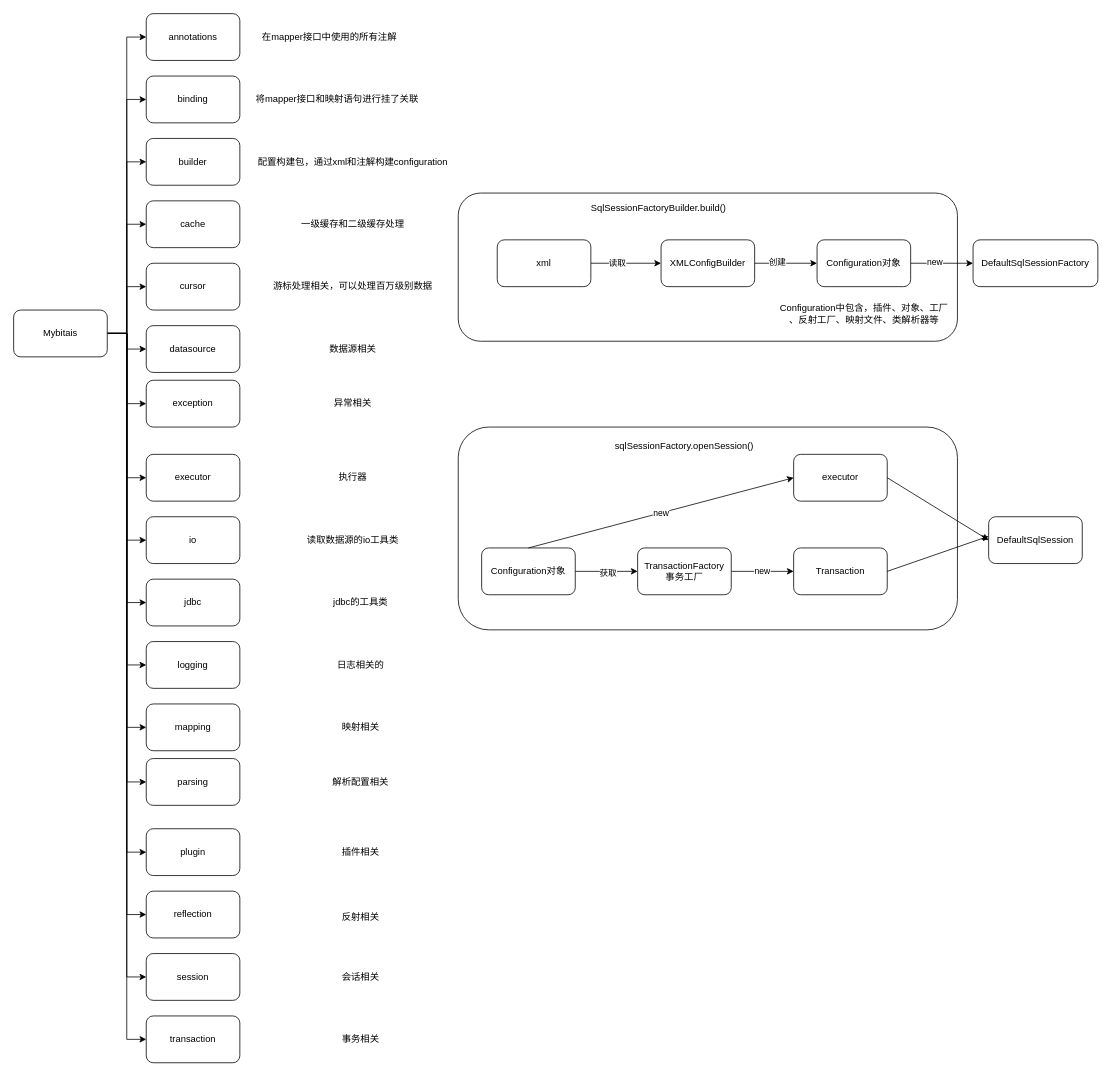
Before: mybatis相关.drawio in longhao1213/flowchart, a draw.io diagram. Source tidied: cells renumbered, new cells numbered last; positions are measured from the earlier drawing's top-left corner, leaving out a move shared by most shapes. Both pictures are drawn from the tidied source at 78%, with x=0, y=0 at pixel (13, 13).
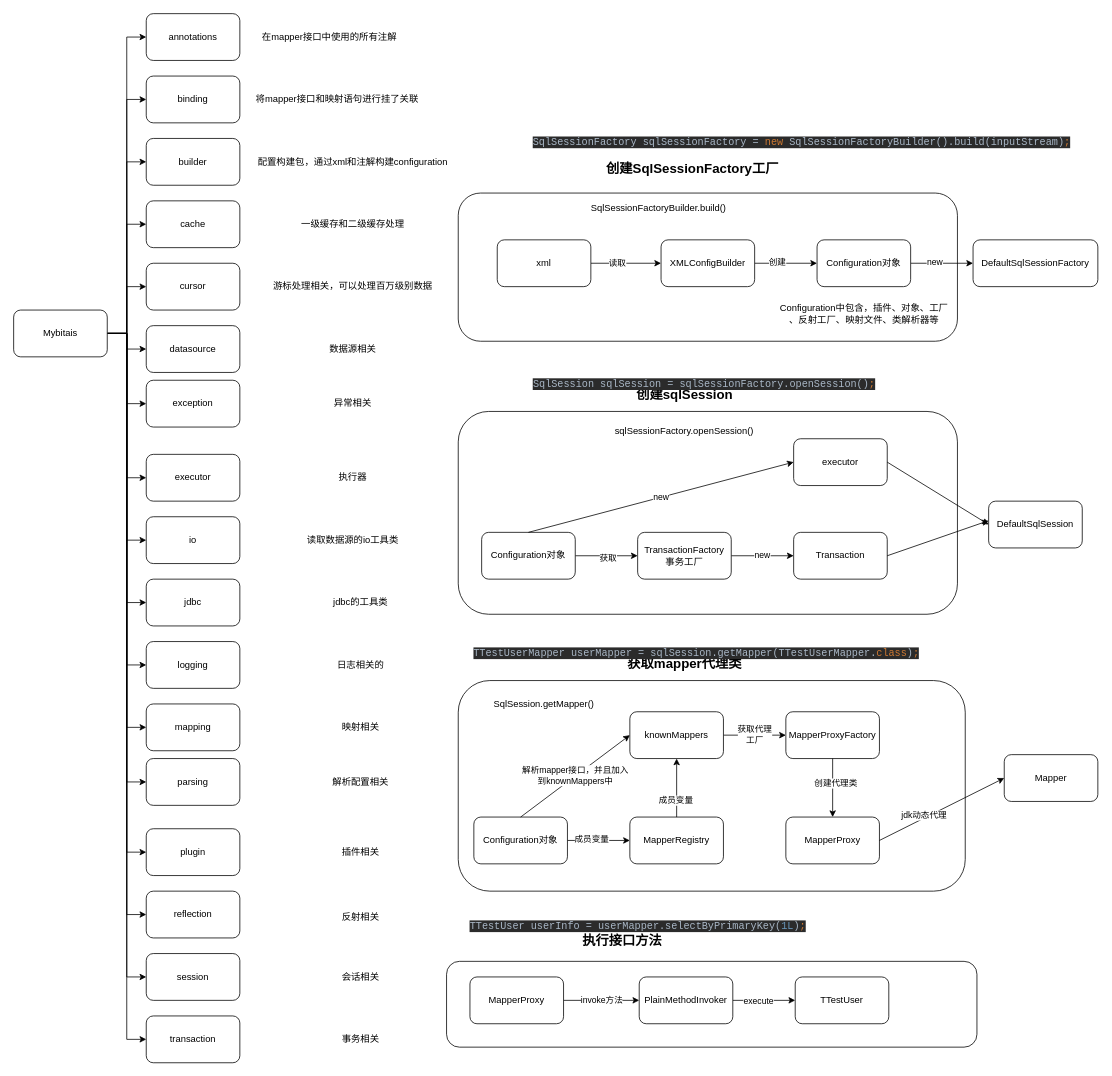
The same page after the edit.

Diff of the diagram source:
```diff
@@
     <mxCell id="67" style="rounded=1;whiteSpace=wrap;html=1;" parent="1" vertex="1">
-      <mxGeometry x="570" y="530" width="640" height="260" as="geometry" />
+      <mxGeometry x="570" y="510" width="640" height="260" as="geometry" />
     </mxCell>
     <mxCell id="68" value="sqlSessionFactory.openSession()" style="text;html=1;strokeColor=none;fillColor=none;align=center;verticalAlign=middle;whiteSpace=wrap;rounded=0;" parent="1" vertex="1">
-      <mxGeometry x="840" y="545" width="40" height="20" as="geometry" />
+      <mxGeometry x="840" y="525" width="40" height="20" as="geometry" />
     </mxCell>
@@
     <mxCell id="71" value="Configuration对象" style="rounded=1;whiteSpace=wrap;html=1;" parent="1" vertex="1">
-      <mxGeometry x="600" y="685" width="120" height="60" as="geometry" />
+      <mxGeometry x="600" y="665" width="120" height="60" as="geometry" />
     </mxCell>
@@
     <mxCell id="73" value="TransactionFactory&lt;br&gt;事务工厂" style="rounded=1;whiteSpace=wrap;html=1;" parent="1" vertex="1">
-      <mxGeometry x="800" y="685" width="120" height="60" as="geometry" />
+      <mxGeometry x="800" y="665" width="120" height="60" as="geometry" />
     </mxCell>
     <mxCell id="74" value="Transaction" style="rounded=1;whiteSpace=wrap;html=1;" parent="1" vertex="1">
-      <mxGeometry x="1000" y="685" width="120" height="60" as="geometry" />
+      <mxGeometry x="1000" y="665" width="120" height="60" as="geometry" />
     </mxCell>
     <mxCell id="75" value="executor" style="rounded=1;whiteSpace=wrap;html=1;" parent="1" vertex="1">
-      <mxGeometry x="1000" y="565" width="120" height="60" as="geometry" />
+      <mxGeometry x="1000" y="545" width="120" height="60" as="geometry" />
     </mxCell>
     <mxCell id="76" value="DefaultSqlSession" style="rounded=1;whiteSpace=wrap;html=1;" parent="1" vertex="1">
-      <mxGeometry x="1250" y="645" width="120" height="60" as="geometry" />
+      <mxGeometry x="1250" y="625" width="120" height="60" as="geometry" />
     </mxCell>
@@
     <mxCell id="79" style="endArrow=classic;html=1;exitX=1;exitY=0.5;exitDx=0;exitDy=0;" parent="1" edge="1" source="74">
       <mxGeometry relative="1" as="geometry">
-        <mxPoint x="1250" y="670" as="targetPoint" />
+        <mxPoint x="1250" y="650" as="targetPoint" />
       </mxGeometry>
     </mxCell>
+    <mxCell id="80" style="rounded=1;whiteSpace=wrap;html=1;" parent="1" vertex="1">
+      <mxGeometry x="570" y="855" width="650" height="270" as="geometry" />
+    </mxCell>
+    <mxCell id="81" value="SqlSession.getMapper()" style="text;html=1;strokeColor=none;fillColor=none;align=center;verticalAlign=middle;whiteSpace=wrap;rounded=0;" parent="1" vertex="1">
+      <mxGeometry x="660" y="875" width="40" height="20" as="geometry" />
+    </mxCell>
+    <mxCell id="82" style="edgeStyle=orthogonalEdgeStyle;rounded=0;jettySize=auto;html=1;" parent="1" edge="1" source="84" target="85">
+      <mxGeometry relative="1" as="geometry" />
+    </mxCell>
+    <mxCell id="83" value="成员变量" style="edgeLabel;html=1;align=center;verticalAlign=middle;" parent="82" vertex="1">
+      <mxGeometry x="-0.26" y="3" relative="1" as="geometry" />
+    </mxCell>
+    <mxCell id="84" value="Configuration对象" style="rounded=1;whiteSpace=wrap;html=1;" parent="1" vertex="1">
+      <mxGeometry x="590" y="1030" width="120" height="60" as="geometry" />
+    </mxCell>
+    <mxCell id="85" value="MapperRegistry" style="rounded=1;whiteSpace=wrap;html=1;" parent="1" vertex="1">
+      <mxGeometry x="790" y="1030" width="120" height="60" as="geometry" />
+    </mxCell>
+    <mxCell id="86" value="MapperProxy" style="rounded=1;whiteSpace=wrap;html=1;" parent="1" vertex="1">
+      <mxGeometry x="990" y="1030" width="120" height="60" as="geometry" />
+    </mxCell>
+    <mxCell id="87" value="获取代理&lt;br&gt;工厂" style="edgeStyle=orthogonalEdgeStyle;rounded=0;jettySize=auto;html=1;" parent="1" edge="1" source="88" target="89">
+      <mxGeometry relative="1" as="geometry" />
+    </mxCell>
+    <mxCell id="88" value="knownMappers" style="rounded=1;whiteSpace=wrap;html=1;" parent="1" vertex="1">
+      <mxGeometry x="790" y="895" width="120" height="60" as="geometry" />
+    </mxCell>
+    <mxCell id="89" value="MapperProxyFactory" style="rounded=1;whiteSpace=wrap;html=1;" parent="1" vertex="1">
+      <mxGeometry x="990" y="895" width="120" height="60" as="geometry" />
+    </mxCell>
+    <mxCell id="90" value="解析mapper接口，并且加入&lt;br&gt;到knownMappers中" style="endArrow=classic;html=1;exitX=0.5;exitY=0;exitDx=0;exitDy=0;entryX=0;entryY=0.5;entryDx=0;entryDy=0;" parent="1" edge="1" source="84" target="88">
+      <mxGeometry relative="1" as="geometry" />
+    </mxCell>
+    <mxCell id="91" style="endArrow=classic;html=1;entryX=0.5;entryY=1;entryDx=0;entryDy=0;" parent="1" edge="1" source="85" target="88">
+      <mxGeometry relative="1" as="geometry" />
+    </mxCell>
+    <mxCell id="92" value="成员变量" style="edgeLabel;html=1;align=center;verticalAlign=middle;" parent="91" vertex="1">
+      <mxGeometry x="-0.41" y="2" relative="1" as="geometry" />
+    </mxCell>
+    <mxCell id="93" style="endArrow=classic;html=1;entryX=0.5;entryY=0;entryDx=0;entryDy=0;exitX=0.5;exitY=1;exitDx=0;exitDy=0;" parent="1" edge="1" source="89" target="86">
+      <mxGeometry relative="1" as="geometry" />
+    </mxCell>
+    <mxCell id="94" value="创建代理类" style="edgeLabel;html=1;align=center;verticalAlign=middle;" parent="93" vertex="1">
+      <mxGeometry x="-0.18" y="3" relative="1" as="geometry" />
+    </mxCell>
+    <mxCell id="95" value="Mapper" style="rounded=1;whiteSpace=wrap;html=1;" parent="1" vertex="1">
+      <mxGeometry x="1270" y="950" width="120" height="60" as="geometry" />
+    </mxCell>
+    <mxCell id="96" style="endArrow=classic;html=1;entryX=0;entryY=0.5;entryDx=0;entryDy=0;exitX=1;exitY=0.5;exitDx=0;exitDy=0;" parent="1" edge="1" source="86" target="95">
+      <mxGeometry relative="1" as="geometry" />
+    </mxCell>
+    <mxCell id="97" value="jdk动态代理" style="edgeLabel;html=1;align=center;verticalAlign=middle;" parent="96" vertex="1">
+      <mxGeometry x="-0.28" y="4" relative="1" as="geometry">
+        <mxPoint x="1" as="offset" />
+      </mxGeometry>
+    </mxCell>
+    <mxCell id="98" value="&lt;b&gt;&lt;font style=&quot;font-size: 17px&quot;&gt;创建SqlSessionFactory工厂&lt;/font&gt;&lt;/b&gt;" style="text;html=1;align=center;verticalAlign=middle;strokeColor=none;" parent="1" vertex="1">
+      <mxGeometry x="750" y="190" width="240" height="20" as="geometry" />
+    </mxCell>
+    <mxCell id="99" value="&lt;b&gt;&lt;font style=&quot;font-size: 17px&quot;&gt;创建sqlSession&lt;/font&gt;&lt;/b&gt;" style="text;html=1;align=center;verticalAlign=middle;strokeColor=none;" parent="1" vertex="1">
+      <mxGeometry x="790" y="480" width="140" height="20" as="geometry" />
+    </mxCell>
+    <mxCell id="100" value="&lt;b&gt;&lt;font style=&quot;font-size: 17px&quot;&gt;获取mapper代理类&lt;/font&gt;&lt;/b&gt;" style="text;html=1;align=center;verticalAlign=middle;strokeColor=none;" parent="1" vertex="1">
+      <mxGeometry x="780" y="825" width="160" height="20" as="geometry" />
+    </mxCell>
+    <mxCell id="101" value="&lt;pre style=&quot;background-color: rgb(43 , 43 , 43) ; color: rgb(169 , 183 , 198) ; font-family: &amp;#34;jetbrains mono&amp;#34; , monospace ; font-size: 9.8pt&quot;&gt;SqlSessionFactory sqlSessionFactory = &lt;span style=&quot;color: rgb(204 , 120 , 50)&quot;&gt;new &lt;/span&gt;SqlSessionFactoryBuilder().build(inputStream)&lt;span style=&quot;color: rgb(204 , 120 , 50)&quot;&gt;;&lt;/span&gt;&lt;/pre&gt;" style="text;html=1;align=center;verticalAlign=middle;strokeColor=none;" parent="1" vertex="1">
+      <mxGeometry x="660" y="140" width="700" height="50" as="geometry" />
+    </mxCell>
+    <mxCell id="102" value="&lt;pre style=&quot;background-color: rgb(43 , 43 , 43) ; color: rgb(169 , 183 , 198) ; font-family: &amp;#34;jetbrains mono&amp;#34; , monospace ; font-size: 9.8pt&quot;&gt;SqlSession sqlSession = sqlSessionFactory.openSession()&lt;span style=&quot;color: rgb(204 , 120 , 50)&quot;&gt;;&lt;/span&gt;&lt;/pre&gt;" style="text;html=1;align=center;verticalAlign=middle;strokeColor=none;" parent="1" vertex="1">
+      <mxGeometry x="660" y="450" width="450" height="50" as="geometry" />
+    </mxCell>
+    <mxCell id="103" value="&lt;pre style=&quot;background-color: rgb(43 , 43 , 43) ; color: rgb(169 , 183 , 198) ; font-family: &amp;#34;jetbrains mono&amp;#34; , monospace ; font-size: 9.8pt&quot;&gt;TTestUserMapper userMapper = sqlSession.getMapper(TTestUserMapper.&lt;span style=&quot;color: rgb(204 , 120 , 50)&quot;&gt;class&lt;/span&gt;)&lt;span style=&quot;color: rgb(204 , 120 , 50)&quot;&gt;;&lt;/span&gt;&lt;/pre&gt;" style="text;html=1;align=center;verticalAlign=middle;strokeColor=none;" parent="1" vertex="1">
+      <mxGeometry x="580" y="795" width="590" height="50" as="geometry" />
+    </mxCell>
+    <mxCell id="104" value="&lt;pre style=&quot;background-color: rgb(43 , 43 , 43) ; color: rgb(169 , 183 , 198) ; font-family: &amp;#34;jetbrains mono&amp;#34; , monospace ; font-size: 9.8pt&quot;&gt;TTestUser userInfo = userMapper.selectByPrimaryKey(&lt;span style=&quot;color: rgb(104 , 151 , 187)&quot;&gt;1L&lt;/span&gt;)&lt;span style=&quot;color: rgb(204 , 120 , 50)&quot;&gt;;&lt;/span&gt;&lt;/pre&gt;" style="text;html=1;align=center;verticalAlign=middle;strokeColor=none;" parent="1" vertex="1">
+      <mxGeometry x="580" y="1145" width="440" height="50" as="geometry" />
+    </mxCell>
+    <mxCell id="105" value="&lt;b&gt;&lt;font style=&quot;font-size: 17px&quot;&gt;执行接口方法&lt;/font&gt;&lt;/b&gt;" style="text;html=1;align=center;verticalAlign=middle;strokeColor=none;" parent="1" vertex="1">
+      <mxGeometry x="720" y="1180" width="120" height="20" as="geometry" />
+    </mxCell>
+    <mxCell id="106" style="rounded=1;whiteSpace=wrap;html=1;" parent="1" vertex="1">
+      <mxGeometry x="555" y="1215" width="680" height="110" as="geometry" />
+    </mxCell>
+    <mxCell id="107" value="invoke方法" style="edgeStyle=orthogonalEdgeStyle;rounded=0;jettySize=auto;html=1;exitX=1;exitY=0.5;exitDx=0;exitDy=0;entryX=0;entryY=0.5;entryDx=0;entryDy=0;" parent="1" edge="1" source="108" target="111">
+      <mxGeometry relative="1" as="geometry">
+        <Array as="points">
+          <mxPoint x="755" y="1265" />
+          <mxPoint x="755" y="1265" />
+        </Array>
+      </mxGeometry>
+    </mxCell>
+    <mxCell id="108" value="MapperProxy" style="rounded=1;whiteSpace=wrap;html=1;" parent="1" vertex="1">
+      <mxGeometry x="585" y="1235" width="120" height="60" as="geometry" />
+    </mxCell>
+    <mxCell id="109" style="edgeStyle=orthogonalEdgeStyle;rounded=0;jettySize=auto;html=1;" parent="1" edge="1" source="111" target="112">
+      <mxGeometry relative="1" as="geometry" />
+    </mxCell>
+    <mxCell id="110" value="execute" style="edgeLabel;html=1;align=center;verticalAlign=middle;" parent="109" vertex="1">
+      <mxGeometry x="-0.39" y="3" relative="1" as="geometry">
+        <mxPoint x="8" y="3" as="offset" />
+      </mxGeometry>
+    </mxCell>
+    <mxCell id="111" value="PlainMethodInvoker" style="rounded=1;whiteSpace=wrap;html=1;" parent="1" vertex="1">
+      <mxGeometry x="802" y="1235" width="120" height="60" as="geometry" />
+    </mxCell>
+    <mxCell id="112" value="TTestUser" style="rounded=1;whiteSpace=wrap;html=1;" parent="1" vertex="1">
+      <mxGeometry x="1002" y="1235" width="120" height="60" as="geometry" />
+    </mxCell>
```
